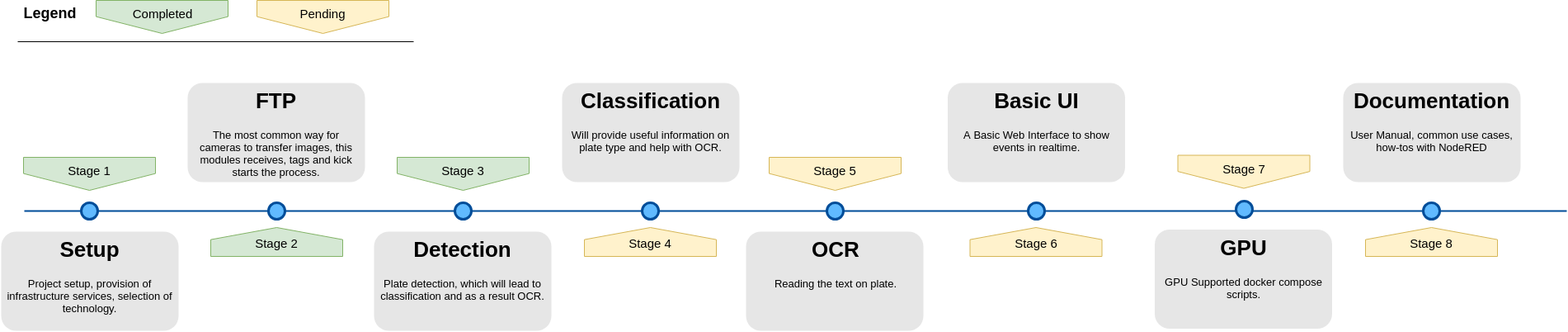
faisalthaheem/open-lpr keeps this draw.io diagram as docs/Milestones.png. Above is the earlier version. Source tidied: cells renumbered, new cells last; positions are measured from the earlier drawing's top-left corner, leaving out a move shared by most shapes.
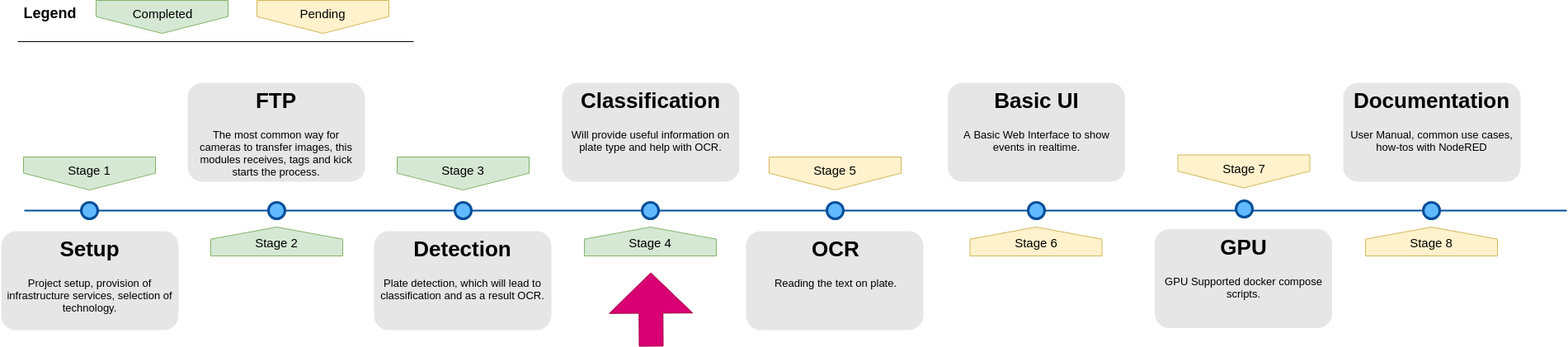
The same diagram one commit later.

What changed in the source:
```diff
@@ -14,7 +14,7 @@
     <mxCell id="5" value="&lt;span&gt;Stage 2&lt;/span&gt;" style="shape=offPageConnector;whiteSpace=wrap;html=1;fillColor=#d5e8d4;fontSize=15;size=0.4178571428571445;flipV=1;verticalAlign=bottom;strokeColor=#82b366;spacingBottom=4;" parent="1" vertex="1">
       <mxGeometry x="254" y="275" width="160" height="35" as="geometry" />
     </mxCell>
-    <mxCell id="6" value="&lt;span&gt;Stage 4&lt;/span&gt;" style="shape=offPageConnector;whiteSpace=wrap;html=1;fillColor=#fff2cc;fontSize=15;size=0.4178571428571445;flipV=1;verticalAlign=bottom;strokeColor=#d6b656;spacingBottom=4;" parent="1" vertex="1">
+    <mxCell id="6" value="&lt;span&gt;Stage 4&lt;/span&gt;" style="shape=offPageConnector;whiteSpace=wrap;html=1;fillColor=#d5e8d4;fontSize=15;size=0.4178571428571445;flipV=1;verticalAlign=bottom;strokeColor=#82b366;spacingBottom=4;" parent="1" vertex="1">
       <mxGeometry x="707" y="275" width="160" height="35" as="geometry" />
     </mxCell>
     <mxCell id="7" style="ellipse;whiteSpace=wrap;html=1;fillColor=#61BAFF;fontSize=28;fontColor=#004D99;strokeWidth=3;strokeColor=#004D99;" parent="1" vertex="1">
@@ -92,5 +92,11 @@
         <mxPoint x="500" y="50" as="targetPoint" />
       </mxGeometry>
     </mxCell>
+    <mxCell id="31" style="shape=flexArrow;endArrow=classic;html=1;fillColor=#d80073;strokeColor=#A50040;endWidth=71;endSize=16;width=29;" parent="1" edge="1">
+      <mxGeometry relative="1" as="geometry">
+        <mxPoint x="788" y="420" as="sourcePoint" />
+        <mxPoint x="787.5" y="330" as="targetPoint" />
+      </mxGeometry>
+    </mxCell>
   </root>
 </mxGraphModel>
```
